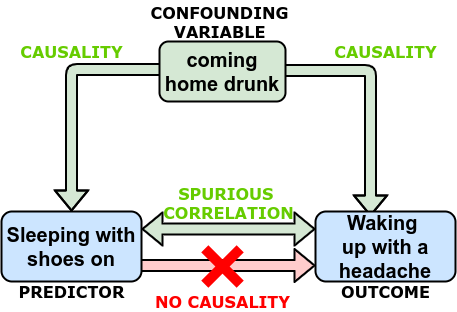
Above: pics/Spurious.png in Lorenzo-Epifani/DataScienceNotes (draw.io), before the change. Source tidied: cells renumbered, new cells last; positions are measured from the earlier drawing's top-left corner, leaving out a move shared by most shapes. Its diagram source:
```xml
<mxGraphModel>
  <root>
    <mxCell id="0" />
    <mxCell id="1" parent="0" />
    <mxCell id="2" style="shape=flexArrow;endArrow=classic;startArrow=none;html=1;strokeWidth=2;entryX=0;entryY=0.25;entryDx=0;entryDy=0;exitX=0.807;exitY=0.771;exitDx=0;exitDy=0;startFill=0;exitPerimeter=0;fillColor=#FFCCCC;" parent="1" edge="1" source="6">
      <mxGeometry relative="1" as="geometry">
        <mxPoint x="314" y="264" as="targetPoint" />
      </mxGeometry>
    </mxCell>
    <mxCell id="3" style="endArrow=classic;html=1;strokeWidth=2;shape=flexArrow;entryX=0.53;entryY=1.2;entryDx=0;entryDy=0;entryPerimeter=0;exitX=0.579;exitY=0.483;exitDx=0;exitDy=0;exitPerimeter=0;fillColor=#d5e8d4;" parent="1" edge="1" source="5">
      <mxGeometry relative="1" as="geometry">
        <mxPoint x="369" y="215" as="targetPoint" />
        <Array as="points">
          <mxPoint x="369" y="69" />
        </Array>
      </mxGeometry>
    </mxCell>
    <mxCell id="4" style="endArrow=classic;html=1;strokeWidth=2;shape=flexArrow;fillColor=#d5e8d4;" parent="1" edge="1" target="6">
      <mxGeometry relative="1" as="geometry">
        <mxPoint x="222" y="68" as="sourcePoint" />
        <Array as="points">
          <mxPoint x="70" y="68" />
        </Array>
      </mxGeometry>
    </mxCell>
    <mxCell id="5" value="&lt;span style=&quot;color: rgb(0 , 0 , 0) ; font-size: 20px ; font-style: normal ; letter-spacing: normal ; text-align: left ; text-indent: 0px ; text-transform: none ; word-spacing: 0px ; display: inline ; float: none&quot;&gt;&lt;b&gt;coming home drunk&lt;/b&gt;&lt;/span&gt;" style="rounded=1;whiteSpace=wrap;html=1;strokeWidth=2;fillColor=#d5e8d4;" parent="1" vertex="1">
      <mxGeometry x="158" y="40" width="126" height="60" as="geometry" />
    </mxCell>
    <mxCell id="6" value="&lt;font style=&quot;font-size: 20px&quot;&gt;&lt;b&gt;Sleeping with shoes on&lt;/b&gt;&lt;/font&gt;" style="rounded=1;whiteSpace=wrap;html=1;strokeWidth=2;fillColor=#CCE5FF;" parent="1" vertex="1">
      <mxGeometry y="210" width="140" height="70" as="geometry" />
    </mxCell>
    <mxCell id="7" value="&lt;font face=&quot;Verdana&quot;&gt;&lt;span style=&quot;font-size: 16px&quot;&gt;&lt;b&gt;CONFOUNDING&lt;br&gt;VARIABLE&lt;/b&gt;&lt;/span&gt;&lt;/font&gt;" style="text;html=1;align=center;verticalAlign=middle;strokeColor=none;strokeWidth=2;" parent="1" vertex="1">
      <mxGeometry x="143" width="150" height="40" as="geometry" />
    </mxCell>
    <mxCell id="8" value="&lt;font face=&quot;Verdana&quot;&gt;&lt;span style=&quot;font-size: 16px&quot;&gt;&lt;b&gt;PREDICTOR&lt;/b&gt;&lt;/span&gt;&lt;/font&gt;" style="text;html=1;align=center;verticalAlign=middle;strokeColor=none;strokeWidth=2;" parent="1" vertex="1">
      <mxGeometry x="10" y="280" width="120" height="20" as="geometry" />
    </mxCell>
    <mxCell id="9" value="&lt;font face=&quot;Verdana&quot;&gt;&lt;span style=&quot;font-size: 16px&quot;&gt;&lt;b&gt;OUTCOME&lt;/b&gt;&lt;/span&gt;&lt;/font&gt;" style="text;html=1;align=center;verticalAlign=middle;strokeColor=none;strokeWidth=2;" parent="1" vertex="1">
      <mxGeometry x="334" y="280" width="100" height="20" as="geometry" />
    </mxCell>
    <mxCell id="10" value="&lt;span style=&quot;font-size: 20px&quot;&gt;&lt;b&gt;Waking &lt;br&gt;up with a headache&lt;/b&gt;&lt;/span&gt;" style="rounded=1;whiteSpace=wrap;html=1;strokeWidth=2;fillColor=#CCE5FF;" parent="1" vertex="1">
      <mxGeometry x="314" y="210" width="140" height="70" as="geometry" />
    </mxCell>
    <mxCell id="11" value="&lt;font face=&quot;Verdana&quot;&gt;&lt;span style=&quot;font-size: 16px&quot;&gt;&lt;b&gt;&lt;font color=&quot;#ff0000&quot;&gt;NO CAUSALITY&lt;/font&gt;&lt;br&gt;&lt;/b&gt;&lt;/span&gt;&lt;/font&gt;" style="text;html=1;align=center;verticalAlign=middle;strokeColor=none;strokeWidth=2;" parent="1" vertex="1">
      <mxGeometry x="146" y="290" width="150" height="20" as="geometry" />
    </mxCell>
    <mxCell id="12" style="shape=cross;whiteSpace=wrap;html=1;strokeWidth=1;gradientColor=none;rotation=-45;strokeColor=none;fillColor=#FF0000;" parent="1" vertex="1">
      <mxGeometry x="196" y="240" width="50" height="50" as="geometry" />
    </mxCell>
    <mxCell id="13" value="&lt;font face=&quot;Verdana&quot;&gt;&lt;span style=&quot;font-size: 16px&quot;&gt;&lt;b&gt;&lt;font color=&quot;#66cc00&quot;&gt;CAUSALITY&lt;/font&gt;&lt;br&gt;&lt;/b&gt;&lt;/span&gt;&lt;/font&gt;" style="text;html=1;align=center;verticalAlign=middle;strokeColor=none;strokeWidth=2;" parent="1" vertex="1">
      <mxGeometry x="324" y="40" width="120" height="20" as="geometry" />
    </mxCell>
    <mxCell id="14" value="&lt;font face=&quot;Verdana&quot;&gt;&lt;span style=&quot;font-size: 16px&quot;&gt;&lt;b&gt;&lt;font color=&quot;#66cc00&quot;&gt;CAUSALITY&lt;/font&gt;&lt;br&gt;&lt;/b&gt;&lt;/span&gt;&lt;/font&gt;" style="text;html=1;align=center;verticalAlign=middle;strokeColor=none;strokeWidth=2;" parent="1" vertex="1">
      <mxGeometry x="10" y="40" width="120" height="20" as="geometry" />
    </mxCell>
    <mxCell id="15" style="shape=flexArrow;endArrow=classic;startArrow=classic;html=1;strokeWidth=2;entryX=0;entryY=0.25;entryDx=0;entryDy=0;exitX=1;exitY=0.25;exitDx=0;exitDy=0;fillColor=#d5e8d4;" parent="1" edge="1" source="6" target="10">
      <mxGeometry relative="1" as="geometry" />
    </mxCell>
    <mxCell id="16" value="&lt;font face=&quot;Verdana&quot;&gt;&lt;span style=&quot;font-size: 16px&quot;&gt;&lt;b&gt;&lt;font color=&quot;#66cc00&quot;&gt;SPURIOUS &lt;br&gt;CORRELATION&lt;/font&gt;&lt;br&gt;&lt;/b&gt;&lt;/span&gt;&lt;/font&gt;" style="text;html=1;align=center;verticalAlign=middle;strokeColor=none;strokeWidth=2;" parent="1" vertex="1">
      <mxGeometry x="152" y="181" width="150" height="40" as="geometry" />
    </mxCell>
  </root>
</mxGraphModel>
```
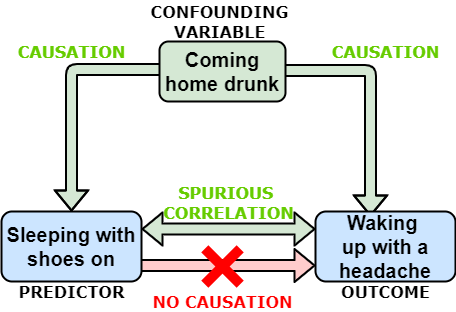
Above is the later version.

Diff of the diagram source:
```diff
@@ -23,7 +23,7 @@
         </Array>
       </mxGeometry>
     </mxCell>
-    <mxCell id="5" value="&lt;span style=&quot;color: rgb(0 , 0 , 0) ; font-size: 20px ; font-style: normal ; letter-spacing: normal ; text-align: left ; text-indent: 0px ; text-transform: none ; word-spacing: 0px ; display: inline ; float: none&quot;&gt;&lt;b&gt;coming home drunk&lt;/b&gt;&lt;/span&gt;" style="rounded=1;whiteSpace=wrap;html=1;strokeWidth=2;fillColor=#d5e8d4;" parent="1" vertex="1">
+    <mxCell id="5" value="&lt;span style=&quot;color: rgb(0 , 0 , 0) ; font-size: 20px ; font-style: normal ; letter-spacing: normal ; text-align: left ; text-indent: 0px ; text-transform: none ; word-spacing: 0px ; display: inline ; float: none&quot;&gt;&lt;b&gt;Coming home drunk&lt;/b&gt;&lt;/span&gt;" style="rounded=1;whiteSpace=wrap;html=1;strokeWidth=2;fillColor=#d5e8d4;" parent="1" vertex="1">
       <mxGeometry x="158" y="40" width="126" height="60" as="geometry" />
     </mxCell>
     <mxCell id="6" value="&lt;font style=&quot;font-size: 20px&quot;&gt;&lt;b&gt;Sleeping with shoes on&lt;/b&gt;&lt;/font&gt;" style="rounded=1;whiteSpace=wrap;html=1;strokeWidth=2;fillColor=#CCE5FF;" parent="1" vertex="1">
@@ -41,16 +41,16 @@
     <mxCell id="10" value="&lt;span style=&quot;font-size: 20px&quot;&gt;&lt;b&gt;Waking &lt;br&gt;up with a headache&lt;/b&gt;&lt;/span&gt;" style="rounded=1;whiteSpace=wrap;html=1;strokeWidth=2;fillColor=#CCE5FF;" parent="1" vertex="1">
       <mxGeometry x="314" y="210" width="140" height="70" as="geometry" />
     </mxCell>
-    <mxCell id="11" value="&lt;font face=&quot;Verdana&quot;&gt;&lt;span style=&quot;font-size: 16px&quot;&gt;&lt;b&gt;&lt;font color=&quot;#ff0000&quot;&gt;NO CAUSALITY&lt;/font&gt;&lt;br&gt;&lt;/b&gt;&lt;/span&gt;&lt;/font&gt;" style="text;html=1;align=center;verticalAlign=middle;strokeColor=none;strokeWidth=2;" parent="1" vertex="1">
-      <mxGeometry x="146" y="290" width="150" height="20" as="geometry" />
+    <mxCell id="11" value="&lt;font face=&quot;Verdana&quot;&gt;&lt;span style=&quot;font-size: 16px&quot;&gt;&lt;b&gt;&lt;font color=&quot;#ff0000&quot;&gt;NO CAUSATION&lt;/font&gt;&lt;br&gt;&lt;/b&gt;&lt;/span&gt;&lt;/font&gt;" style="text;html=1;align=center;verticalAlign=middle;strokeColor=none;strokeWidth=2;" parent="1" vertex="1">
+      <mxGeometry x="141" y="290" width="160" height="20" as="geometry" />
     </mxCell>
     <mxCell id="12" style="shape=cross;whiteSpace=wrap;html=1;strokeWidth=1;gradientColor=none;rotation=-45;strokeColor=none;fillColor=#FF0000;" parent="1" vertex="1">
       <mxGeometry x="196" y="240" width="50" height="50" as="geometry" />
     </mxCell>
-    <mxCell id="13" value="&lt;font face=&quot;Verdana&quot;&gt;&lt;span style=&quot;font-size: 16px&quot;&gt;&lt;b&gt;&lt;font color=&quot;#66cc00&quot;&gt;CAUSALITY&lt;/font&gt;&lt;br&gt;&lt;/b&gt;&lt;/span&gt;&lt;/font&gt;" style="text;html=1;align=center;verticalAlign=middle;strokeColor=none;strokeWidth=2;" parent="1" vertex="1">
+    <mxCell id="13" value="&lt;font face=&quot;Verdana&quot;&gt;&lt;span style=&quot;font-size: 16px&quot;&gt;&lt;b&gt;&lt;font color=&quot;#66cc00&quot;&gt;CAUSATION&lt;/font&gt;&lt;br&gt;&lt;/b&gt;&lt;/span&gt;&lt;/font&gt;" style="text;html=1;align=center;verticalAlign=middle;strokeColor=none;strokeWidth=2;" parent="1" vertex="1">
       <mxGeometry x="324" y="40" width="120" height="20" as="geometry" />
     </mxCell>
-    <mxCell id="14" value="&lt;font face=&quot;Verdana&quot;&gt;&lt;span style=&quot;font-size: 16px&quot;&gt;&lt;b&gt;&lt;font color=&quot;#66cc00&quot;&gt;CAUSALITY&lt;/font&gt;&lt;br&gt;&lt;/b&gt;&lt;/span&gt;&lt;/font&gt;" style="text;html=1;align=center;verticalAlign=middle;strokeColor=none;strokeWidth=2;" parent="1" vertex="1">
+    <mxCell id="14" value="&lt;font face=&quot;Verdana&quot;&gt;&lt;span style=&quot;font-size: 16px&quot;&gt;&lt;b&gt;&lt;font color=&quot;#66cc00&quot;&gt;CAUSATION&lt;/font&gt;&lt;br&gt;&lt;/b&gt;&lt;/span&gt;&lt;/font&gt;" style="text;html=1;align=center;verticalAlign=middle;strokeColor=none;strokeWidth=2;" parent="1" vertex="1">
       <mxGeometry x="10" y="40" width="120" height="20" as="geometry" />
     </mxCell>
     <mxCell id="15" style="shape=flexArrow;endArrow=classic;startArrow=classic;html=1;strokeWidth=2;entryX=0;entryY=0.25;entryDx=0;entryDy=0;exitX=1;exitY=0.25;exitDx=0;exitDy=0;fillColor=#d5e8d4;" parent="1" edge="1" source="6" target="10">
```
